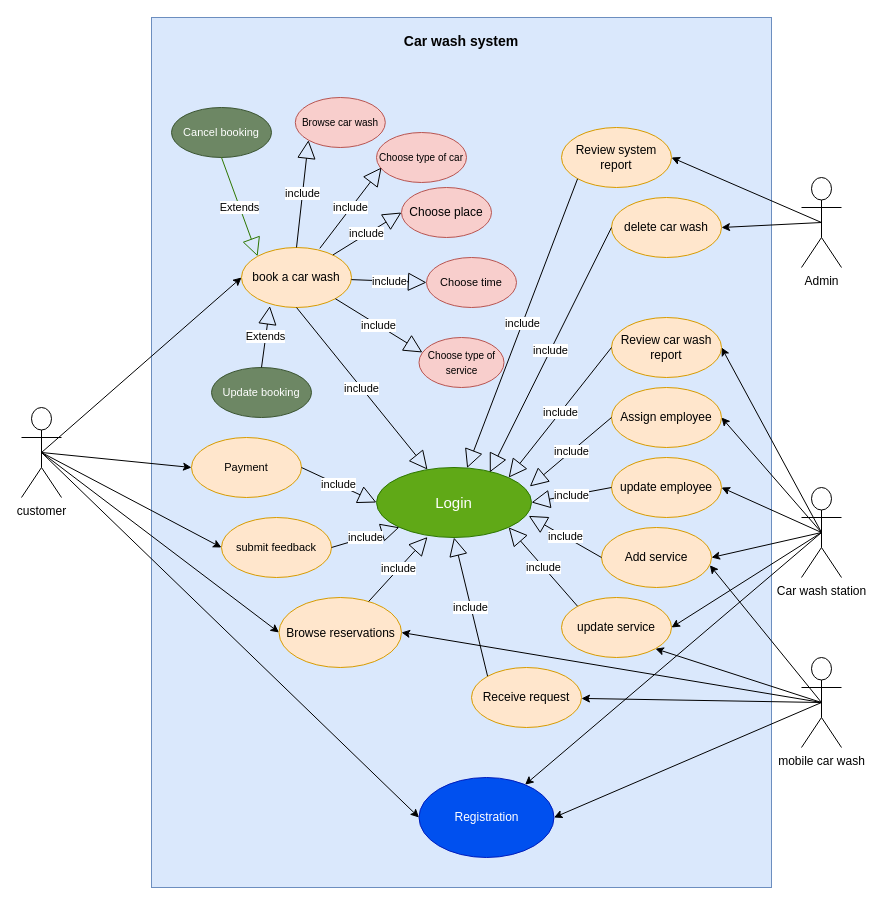
This is use case v2.drawio from AnasBawazir/CarWashingStation, a draw.io file, before an edit. Source tidied: cells renumbered, new cells numbered last; positions are measured from the earlier drawing's top-left corner, leaving out a move shared by most shapes. Both pictures are drawn from the tidied source at 100%, with x=0, y=0 at pixel (21, 17).
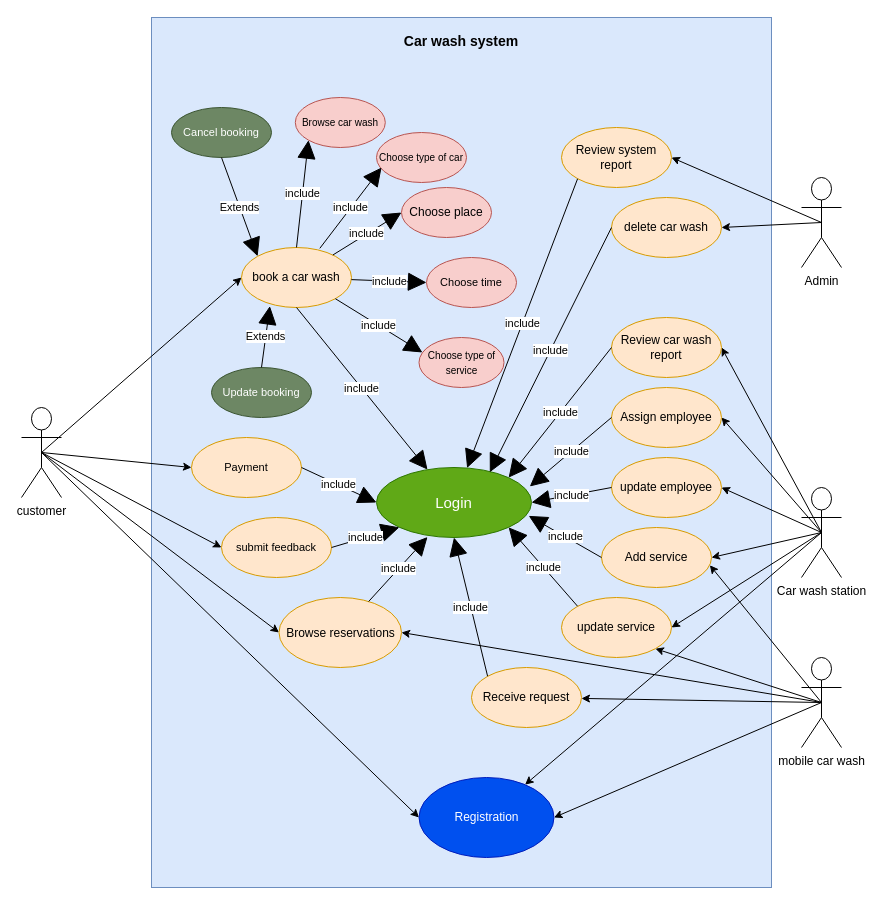
The same page after the edit.

The change refers to these unchanged cells:
```xml
<mxCell id="26" value="&lt;font style=&quot;font-size: 15px&quot;&gt;Login&lt;/font&gt;" style="ellipse;whiteSpace=wrap;html=1;fillColor=#60a917;strokeColor=#2D7600;fontColor=#ffffff;" parent="1" vertex="1">
  <mxGeometry x="355" y="450" width="155" height="70" as="geometry" />
</mxCell>
<mxCell id="27" value="&lt;font style=&quot;font-size: 10px&quot;&gt;Browse car wash&lt;/font&gt;" style="ellipse;whiteSpace=wrap;html=1;fillColor=#f8cecc;strokeColor=#b85450;" parent="1" vertex="1">
  <mxGeometry x="273.8" y="80" width="90" height="50" as="geometry" />
</mxCell>
<mxCell id="28" value="book a car wash" style="ellipse;whiteSpace=wrap;html=1;fillColor=#ffe6cc;strokeColor=#d79b00;" parent="1" vertex="1">
  <mxGeometry x="220" y="230" width="110" height="60" as="geometry" />
</mxCell>
<mxCell id="29" value="&lt;font style=&quot;font-size: 10px&quot;&gt;Choose type of service&lt;/font&gt;" style="ellipse;whiteSpace=wrap;html=1;fillColor=#f8cecc;strokeColor=#b85450;" parent="1" vertex="1">
  <mxGeometry x="397.5" y="320" width="85" height="50" as="geometry" />
</mxCell>
<mxCell id="30" value="&lt;span style=&quot;font-size: 11px&quot;&gt;Payment&lt;/span&gt;" style="ellipse;whiteSpace=wrap;html=1;fillColor=#ffe6cc;strokeColor=#d79b00;" parent="1" vertex="1">
  <mxGeometry x="170" y="420" width="110" height="60" as="geometry" />
</mxCell>
<mxCell id="31" value="&lt;font style=&quot;font-size: 11px&quot;&gt;submit feedback&lt;/font&gt;" style="ellipse;whiteSpace=wrap;html=1;fillColor=#ffe6cc;strokeColor=#d79b00;" parent="1" vertex="1">
  <mxGeometry x="200" y="500" width="110" height="60" as="geometry" />
</mxCell>
<mxCell id="32" value="&lt;font style=&quot;font-size: 11px&quot;&gt;Cancel booking&lt;/font&gt;" style="ellipse;whiteSpace=wrap;html=1;fillColor=#6d8764;strokeColor=#3A5431;fontColor=#ffffff;" parent="1" vertex="1">
  <mxGeometry x="150" y="90" width="100" height="50" as="geometry" />
</mxCell>
<mxCell id="34" value="&lt;font style=&quot;font-size: 12px&quot;&gt;Choose place&lt;/font&gt;" style="ellipse;whiteSpace=wrap;html=1;fillColor=#f8cecc;strokeColor=#b85450;" parent="1" vertex="1">
  <mxGeometry x="380" y="170" width="90" height="50" as="geometry" />
</mxCell>
<mxCell id="35" value="&lt;font style=&quot;font-size: 11px&quot;&gt;Choose time&lt;/font&gt;" style="ellipse;whiteSpace=wrap;html=1;fillColor=#f8cecc;strokeColor=#b85450;" parent="1" vertex="1">
  <mxGeometry x="405" y="240" width="90" height="50" as="geometry" />
</mxCell>
<mxCell id="41" value="&lt;font style=&quot;font-size: 11px&quot;&gt;Update booking&lt;/font&gt;" style="ellipse;whiteSpace=wrap;html=1;fillColor=#6d8764;strokeColor=#3A5431;fontColor=#ffffff;" parent="1" vertex="1">
  <mxGeometry x="190" y="350" width="100" height="50" as="geometry" />
</mxCell>
<mxCell id="43" value="Assign employee" style="ellipse;whiteSpace=wrap;html=1;fillColor=#ffe6cc;strokeColor=#d79b00;" parent="1" vertex="1">
  <mxGeometry x="590" y="370" width="110" height="60" as="geometry" />
</mxCell>
<mxCell id="44" value="&lt;span style=&quot;font-weight: normal&quot;&gt;&lt;font style=&quot;font-size: 12px&quot;&gt;Browse reservations&lt;/font&gt;&lt;/span&gt;" style="ellipse;whiteSpace=wrap;html=1;strokeWidth=1;fillColor=#ffe6cc;strokeColor=#d79b00;fontSize=14;fontStyle=1;" parent="1" vertex="1">
  <mxGeometry x="257.5" y="580" width="122.5" height="70" as="geometry" />
</mxCell>
<mxCell id="45" value="update employee" style="ellipse;whiteSpace=wrap;html=1;fillColor=#ffe6cc;strokeColor=#d79b00;" parent="1" vertex="1">
  <mxGeometry x="590" y="440" width="110" height="60" as="geometry" />
</mxCell>
<mxCell id="46" value="Add service" style="ellipse;whiteSpace=wrap;html=1;fillColor=#ffe6cc;strokeColor=#d79b00;" parent="1" vertex="1">
  <mxGeometry x="580" y="510" width="110" height="60" as="geometry" />
</mxCell>
<mxCell id="47" value="update service" style="ellipse;whiteSpace=wrap;html=1;fillColor=#ffe6cc;strokeColor=#d79b00;" parent="1" vertex="1">
  <mxGeometry x="540" y="580" width="110" height="60" as="geometry" />
</mxCell>
<mxCell id="48" value="Review system report" style="ellipse;whiteSpace=wrap;html=1;fillColor=#ffe6cc;strokeColor=#d79b00;" parent="1" vertex="1">
  <mxGeometry x="540" y="110" width="110" height="60" as="geometry" />
</mxCell>
<mxCell id="49" value="delete car wash" style="ellipse;whiteSpace=wrap;html=1;fillColor=#ffe6cc;strokeColor=#d79b00;" parent="1" vertex="1">
  <mxGeometry x="590" y="180" width="110" height="60" as="geometry" />
</mxCell>
<mxCell id="50" value="Review car wash report" style="ellipse;whiteSpace=wrap;html=1;fillColor=#ffe6cc;strokeColor=#d79b00;" parent="1" vertex="1">
  <mxGeometry x="590" y="300" width="110" height="60" as="geometry" />
</mxCell>
<mxCell id="62" value="Receive request" style="ellipse;whiteSpace=wrap;html=1;fillColor=#ffe6cc;strokeColor=#d79b00;" parent="1" vertex="1">
  <mxGeometry x="450" y="650" width="110" height="60" as="geometry" />
</mxCell>
<mxCell id="64" value="&lt;font style=&quot;font-size: 10px&quot;&gt;Choose type of car&lt;/font&gt;" style="ellipse;whiteSpace=wrap;html=1;fillColor=#f8cecc;strokeColor=#b85450;" parent="1" vertex="1">
  <mxGeometry x="355" y="115" width="90" height="50" as="geometry" />
</mxCell>
```

What changed in the source:
```diff
@@
-    <mxCell id="33" value="include" style="endArrow=block;endSize=16;endFill=0;html=1;exitX=0.5;exitY=1;exitDx=0;exitDy=0;" parent="1" edge="1" source="28" target="26">
+    <mxCell id="33" value="include" style="endArrow=block;endSize=16;endFill=1;html=1;exitX=0.5;exitY=1;exitDx=0;exitDy=0;" parent="1" edge="1" source="28" target="26">
       <mxGeometry relative="1" as="geometry" />
     </mxCell>
@@
-    <mxCell id="36" value="include" style="endArrow=block;endSize=16;endFill=0;html=1;exitX=0.5;exitY=0;exitDx=0;exitDy=0;entryX=0;entryY=1;entryDx=0;entryDy=0;" parent="1" edge="1" source="28" target="27">
+    <mxCell id="36" value="include" style="endArrow=block;endSize=16;endFill=1;html=1;exitX=0.5;exitY=0;exitDx=0;exitDy=0;entryX=0;entryY=1;entryDx=0;entryDy=0;" parent="1" edge="1" source="28" target="27">
       <mxGeometry relative="1" as="geometry" />
     </mxCell>
-    <mxCell id="37" value="include" style="endArrow=block;endSize=16;endFill=0;html=1;entryX=0;entryY=0.5;entryDx=0;entryDy=0;" parent="1" edge="1" source="28" target="34">
+    <mxCell id="37" value="include" style="endArrow=block;endSize=16;endFill=1;html=1;entryX=0;entryY=0.5;entryDx=0;entryDy=0;" parent="1" edge="1" source="28" target="34">
       <mxGeometry relative="1" as="geometry" />
     </mxCell>
-    <mxCell id="38" value="include" style="endArrow=block;endSize=16;endFill=0;html=1;entryX=0;entryY=0.5;entryDx=0;entryDy=0;" parent="1" edge="1" source="28" target="35">
+    <mxCell id="38" value="include" style="endArrow=block;endSize=16;endFill=1;html=1;entryX=0;entryY=0.5;entryDx=0;entryDy=0;" parent="1" edge="1" source="28" target="35">
       <mxGeometry relative="1" as="geometry" />
     </mxCell>
-    <mxCell id="39" value="include" style="endArrow=block;endSize=16;endFill=0;html=1;entryX=0.041;entryY=0.3;entryDx=0;entryDy=0;entryPerimeter=0;exitX=1;exitY=1;exitDx=0;exitDy=0;" parent="1" edge="1" source="28" target="29">
+    <mxCell id="39" value="include" style="endArrow=block;endSize=16;endFill=1;html=1;entryX=0.041;entryY=0.3;entryDx=0;entryDy=0;entryPerimeter=0;exitX=1;exitY=1;exitDx=0;exitDy=0;" parent="1" edge="1" source="28" target="29">
       <mxGeometry relative="1" as="geometry" />
     </mxCell>
-    <mxCell id="40" value="Extends" style="endArrow=block;endSize=16;endFill=0;html=1;entryX=0;entryY=0;entryDx=0;entryDy=0;exitX=0.5;exitY=1;exitDx=0;exitDy=0;fillColor=#60a917;strokeColor=#2D7600;" parent="1" edge="1" source="32" target="28">
+    <mxCell id="40" value="Extends" style="endArrow=block;endSize=16;endFill=1;html=1;entryX=0;entryY=0;entryDx=0;entryDy=0;exitX=0.5;exitY=1;exitDx=0;exitDy=0;fillColor=#60a917;" parent="1" edge="1" source="32" target="28">
       <mxGeometry relative="1" as="geometry" />
     </mxCell>
@@
-    <mxCell id="42" value="Extends" style="endArrow=block;endSize=16;endFill=0;html=1;entryX=0.258;entryY=0.976;entryDx=0;entryDy=0;exitX=0.5;exitY=0;exitDx=0;exitDy=0;entryPerimeter=0;" parent="1" edge="1" source="41" target="28">
+    <mxCell id="42" value="Extends" style="endArrow=block;endSize=16;endFill=1;html=1;entryX=0.258;entryY=0.976;entryDx=0;entryDy=0;exitX=0.5;exitY=0;exitDx=0;exitDy=0;entryPerimeter=0;" parent="1" edge="1" source="41" target="28">
       <mxGeometry relative="1" as="geometry" />
     </mxCell>
@@
-    <mxCell id="52" value="include" style="endArrow=block;endSize=16;endFill=0;html=1;exitX=1;exitY=0.5;exitDx=0;exitDy=0;entryX=0;entryY=0.5;entryDx=0;entryDy=0;" parent="1" edge="1" source="30" target="26">
+    <mxCell id="52" value="include" style="endArrow=block;endSize=16;endFill=1;html=1;exitX=1;exitY=0.5;exitDx=0;exitDy=0;entryX=0;entryY=0.5;entryDx=0;entryDy=0;" parent="1" edge="1" source="30" target="26">
       <mxGeometry relative="1" as="geometry" />
     </mxCell>
-    <mxCell id="53" value="include" style="endArrow=block;endSize=16;endFill=0;html=1;exitX=1;exitY=0.5;exitDx=0;exitDy=0;entryX=0;entryY=1;entryDx=0;entryDy=0;" parent="1" edge="1" source="31" target="26">
+    <mxCell id="53" value="include" style="endArrow=block;endSize=16;endFill=1;html=1;exitX=1;exitY=0.5;exitDx=0;exitDy=0;entryX=0;entryY=1;entryDx=0;entryDy=0;" parent="1" edge="1" source="31" target="26">
       <mxGeometry relative="1" as="geometry" />
     </mxCell>
-    <mxCell id="54" value="include" style="endArrow=block;endSize=16;endFill=0;html=1;entryX=0.329;entryY=0.993;entryDx=0;entryDy=0;entryPerimeter=0;" parent="1" edge="1" source="44" target="26">
+    <mxCell id="54" value="include" style="endArrow=block;endSize=16;endFill=1;html=1;entryX=0.329;entryY=0.993;entryDx=0;entryDy=0;entryPerimeter=0;" parent="1" edge="1" source="44" target="26">
       <mxGeometry relative="1" as="geometry" />
     </mxCell>
-    <mxCell id="55" value="include" style="endArrow=block;endSize=16;endFill=0;html=1;exitX=0;exitY=1;exitDx=0;exitDy=0;" parent="1" edge="1" source="48" target="26">
+    <mxCell id="55" value="include" style="endArrow=block;endSize=16;endFill=1;html=1;exitX=0;exitY=1;exitDx=0;exitDy=0;" parent="1" edge="1" source="48" target="26">
       <mxGeometry relative="1" as="geometry" />
     </mxCell>
-    <mxCell id="56" value="include" style="endArrow=block;endSize=16;endFill=0;html=1;exitX=0;exitY=0.5;exitDx=0;exitDy=0;entryX=0.731;entryY=0.069;entryDx=0;entryDy=0;entryPerimeter=0;" parent="1" edge="1" source="49" target="26">
+    <mxCell id="56" value="include" style="endArrow=block;endSize=16;endFill=1;html=1;exitX=0;exitY=0.5;exitDx=0;exitDy=0;entryX=0.731;entryY=0.069;entryDx=0;entryDy=0;entryPerimeter=0;" parent="1" edge="1" source="49" target="26">
       <mxGeometry relative="1" as="geometry" />
     </mxCell>
-    <mxCell id="57" value="include" style="endArrow=block;endSize=16;endFill=0;html=1;exitX=0;exitY=0.5;exitDx=0;exitDy=0;entryX=1;entryY=0;entryDx=0;entryDy=0;" parent="1" edge="1" source="50" target="26">
+    <mxCell id="57" value="include" style="endArrow=block;endSize=16;endFill=1;html=1;exitX=0;exitY=0.5;exitDx=0;exitDy=0;entryX=1;entryY=0;entryDx=0;entryDy=0;" parent="1" edge="1" source="50" target="26">
       <mxGeometry relative="1" as="geometry" />
     </mxCell>
-    <mxCell id="58" value="include" style="endArrow=block;endSize=16;endFill=0;html=1;exitX=0;exitY=0.5;exitDx=0;exitDy=0;entryX=0.989;entryY=0.271;entryDx=0;entryDy=0;entryPerimeter=0;" parent="1" edge="1" source="43" target="26">
+    <mxCell id="58" value="include" style="endArrow=block;endSize=16;endFill=1;html=1;exitX=0;exitY=0.5;exitDx=0;exitDy=0;entryX=0.989;entryY=0.271;entryDx=0;entryDy=0;entryPerimeter=0;" parent="1" edge="1" source="43" target="26">
       <mxGeometry relative="1" as="geometry" />
     </mxCell>
-    <mxCell id="59" value="include" style="endArrow=block;endSize=16;endFill=0;html=1;exitX=0;exitY=0.5;exitDx=0;exitDy=0;entryX=1;entryY=0.5;entryDx=0;entryDy=0;" parent="1" edge="1" source="45" target="26">
+    <mxCell id="59" value="include" style="endArrow=block;endSize=16;endFill=1;html=1;exitX=0;exitY=0.5;exitDx=0;exitDy=0;entryX=1;entryY=0.5;entryDx=0;entryDy=0;" parent="1" edge="1" source="45" target="26">
       <mxGeometry relative="1" as="geometry" />
     </mxCell>
-    <mxCell id="60" value="include" style="endArrow=block;endSize=16;endFill=0;html=1;exitX=0;exitY=0.5;exitDx=0;exitDy=0;entryX=0.982;entryY=0.691;entryDx=0;entryDy=0;entryPerimeter=0;" parent="1" edge="1" source="46" target="26">
+    <mxCell id="60" value="include" style="endArrow=block;endSize=16;endFill=1;html=1;exitX=0;exitY=0.5;exitDx=0;exitDy=0;entryX=0.982;entryY=0.691;entryDx=0;entryDy=0;entryPerimeter=0;" parent="1" edge="1" source="46" target="26">
       <mxGeometry relative="1" as="geometry" />
     </mxCell>
-    <mxCell id="61" value="include" style="endArrow=block;endSize=16;endFill=0;html=1;exitX=0;exitY=0;exitDx=0;exitDy=0;entryX=1;entryY=1;entryDx=0;entryDy=0;" parent="1" edge="1" source="47" target="26">
+    <mxCell id="61" value="include" style="endArrow=block;endSize=16;endFill=1;html=1;exitX=0;exitY=0;exitDx=0;exitDy=0;entryX=1;entryY=1;entryDx=0;entryDy=0;" parent="1" edge="1" source="47" target="26">
       <mxGeometry relative="1" as="geometry" />
     </mxCell>
@@
-    <mxCell id="63" value="include" style="endArrow=block;endSize=16;endFill=0;html=1;exitX=0;exitY=0;exitDx=0;exitDy=0;entryX=0.5;entryY=1;entryDx=0;entryDy=0;" parent="1" edge="1" source="62" target="26">
+    <mxCell id="63" value="include" style="endArrow=block;endSize=16;endFill=1;html=1;exitX=0;exitY=0;exitDx=0;exitDy=0;entryX=0.5;entryY=1;entryDx=0;entryDy=0;" parent="1" edge="1" source="62" target="26">
       <mxGeometry relative="1" as="geometry" />
     </mxCell>
@@
-    <mxCell id="65" value="include" style="endArrow=block;endSize=16;endFill=0;html=1;exitX=0.712;exitY=0.014;exitDx=0;exitDy=0;entryX=0.056;entryY=0.7;entryDx=0;entryDy=0;entryPerimeter=0;exitPerimeter=0;" parent="1" edge="1" source="28" target="64">
+    <mxCell id="65" value="include" style="endArrow=block;endSize=16;endFill=1;html=1;exitX=0.712;exitY=0.014;exitDx=0;exitDy=0;entryX=0.056;entryY=0.7;entryDx=0;entryDy=0;entryPerimeter=0;exitPerimeter=0;" parent="1" edge="1" source="28" target="64">
       <mxGeometry relative="1" as="geometry" />
     </mxCell>
```
